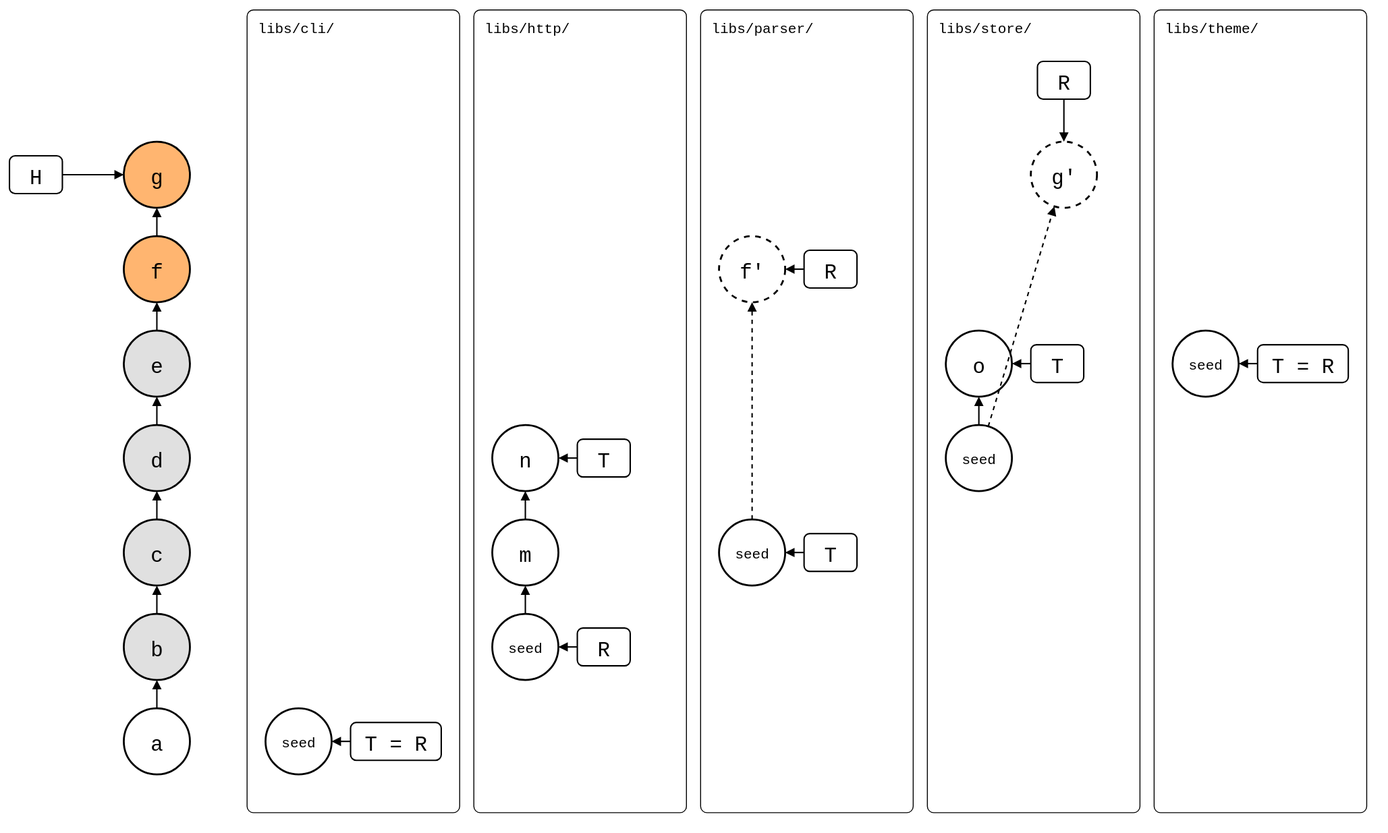
The draw.io diagram test/scenarios/01-everyday-sync/03-many-splices/many-splices.drawio.svg in roschaefer/git-splice, before a commit. Source tidied: cells renumbered, new cells last; positions are measured from the earlier drawing's top-left corner, leaving out a move shared by most shapes.
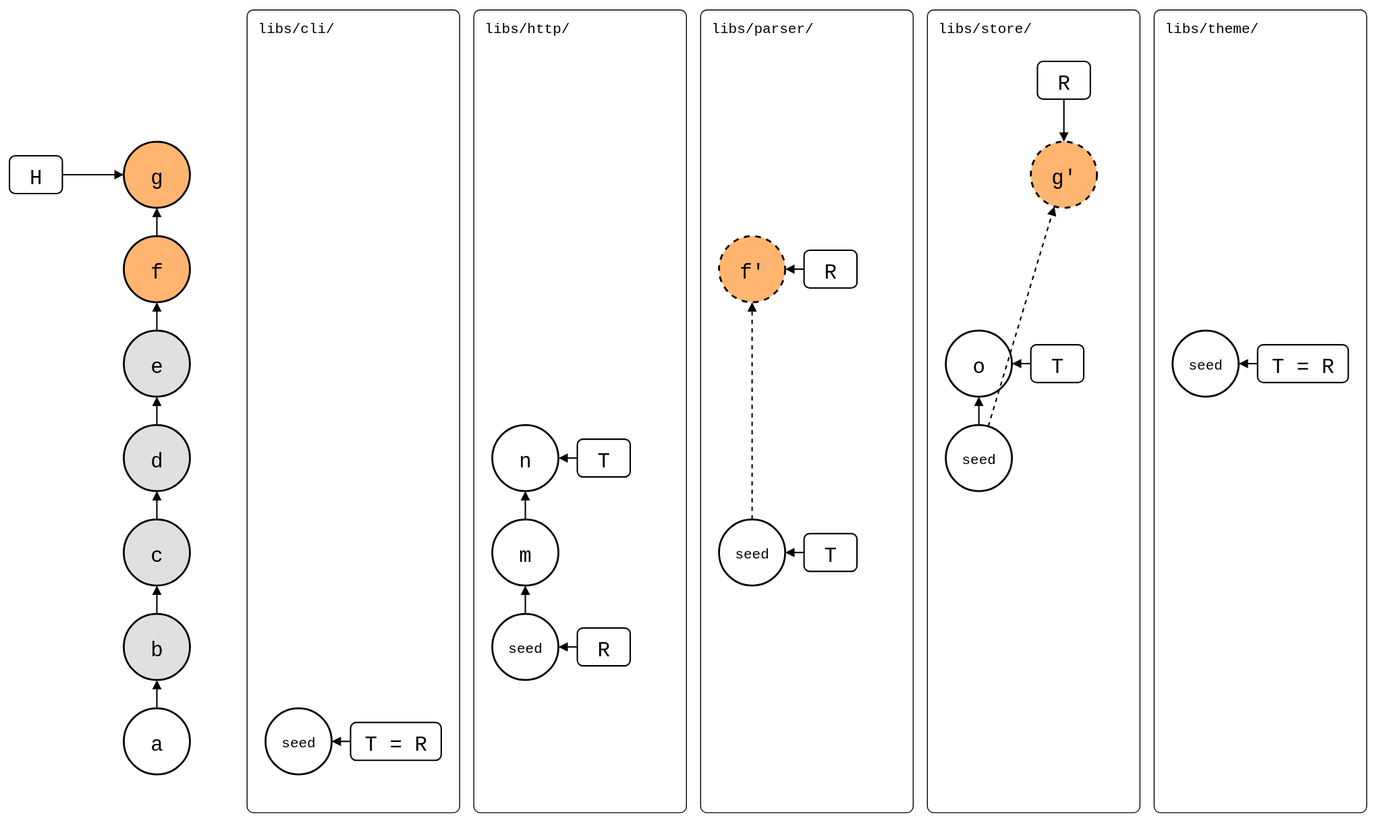
The same file after the commit.

Diff of the diagram source:
```diff
@@ -65,7 +65,7 @@
     <mxCell id="22" value="seed" style="ellipse;strokeWidth=2;fontSize=15;fontFamily=Roboto Mono,monospace;" parent="1" vertex="1">
       <mxGeometry x="751" y="540" width="70" height="70" as="geometry" />
     </mxCell>
-    <mxCell id="23" value="f'" style="ellipse;strokeWidth=2;fontSize=22;fontFamily=Roboto Mono,monospace;dashed=1;" parent="1" vertex="1">
+    <mxCell id="23" value="f'" style="ellipse;strokeWidth=2;fontSize=22;fontFamily=Roboto Mono,monospace;dashed=1;fillColor=#FFB570;" parent="1" vertex="1">
       <mxGeometry x="751" y="240" width="70" height="70" as="geometry" />
     </mxCell>
     <mxCell id="24" value="T" style="rounded=1;strokeWidth=1.5;fontSize=22;fontFamily=Roboto Mono,monospace;" parent="1" vertex="1">
@@ -80,7 +80,7 @@
     <mxCell id="27" value="o" style="ellipse;strokeWidth=2;fontSize=22;fontFamily=Roboto Mono,monospace;" parent="1" vertex="1">
       <mxGeometry x="991" y="340" width="70" height="70" as="geometry" />
     </mxCell>
-    <mxCell id="28" value="g'" style="ellipse;strokeWidth=2;fontSize=22;fontFamily=Roboto Mono,monospace;dashed=1;" parent="1" vertex="1">
+    <mxCell id="28" value="g'" style="ellipse;strokeWidth=2;fontSize=22;fontFamily=Roboto Mono,monospace;dashed=1;fillColor=#FFB570;" parent="1" vertex="1">
       <mxGeometry x="1081" y="140" width="70" height="70" as="geometry" />
     </mxCell>
     <mxCell id="29" value="T" style="rounded=1;strokeWidth=1.5;fontSize=22;fontFamily=Roboto Mono,monospace;" parent="1" vertex="1">
```
